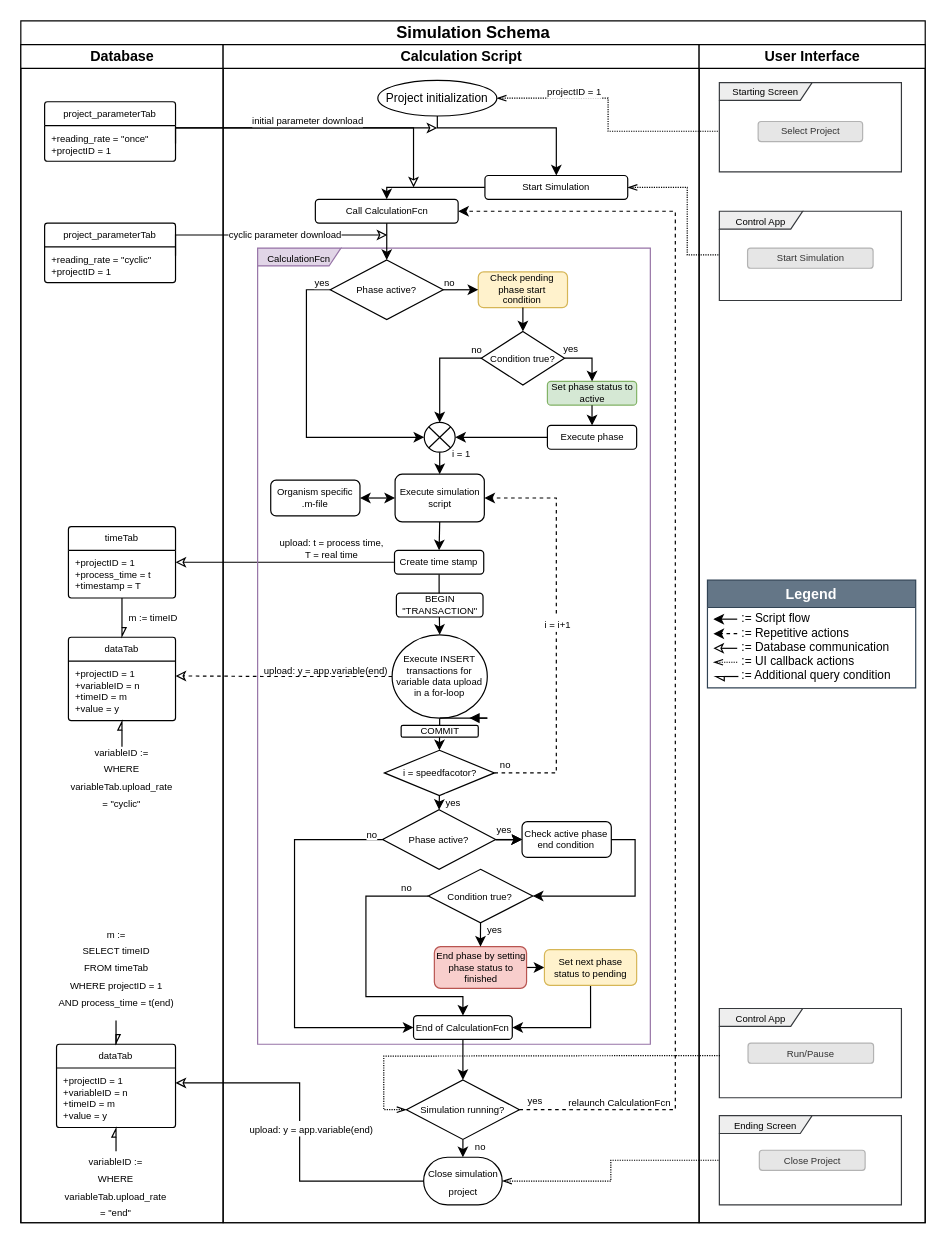
Yumatlab/bioprocesssimulation keeps this draw.io diagram as ProcessCycle.drawio. Above is the earlier version. Source tidied: cells renumbered, new cells numbered last; positions are measured from the earlier drawing's top-left corner, leaving out a move shared by most shapes. Both pictures are drawn from the tidied source at 119%, with x=0, y=0 at pixel (20, 20).
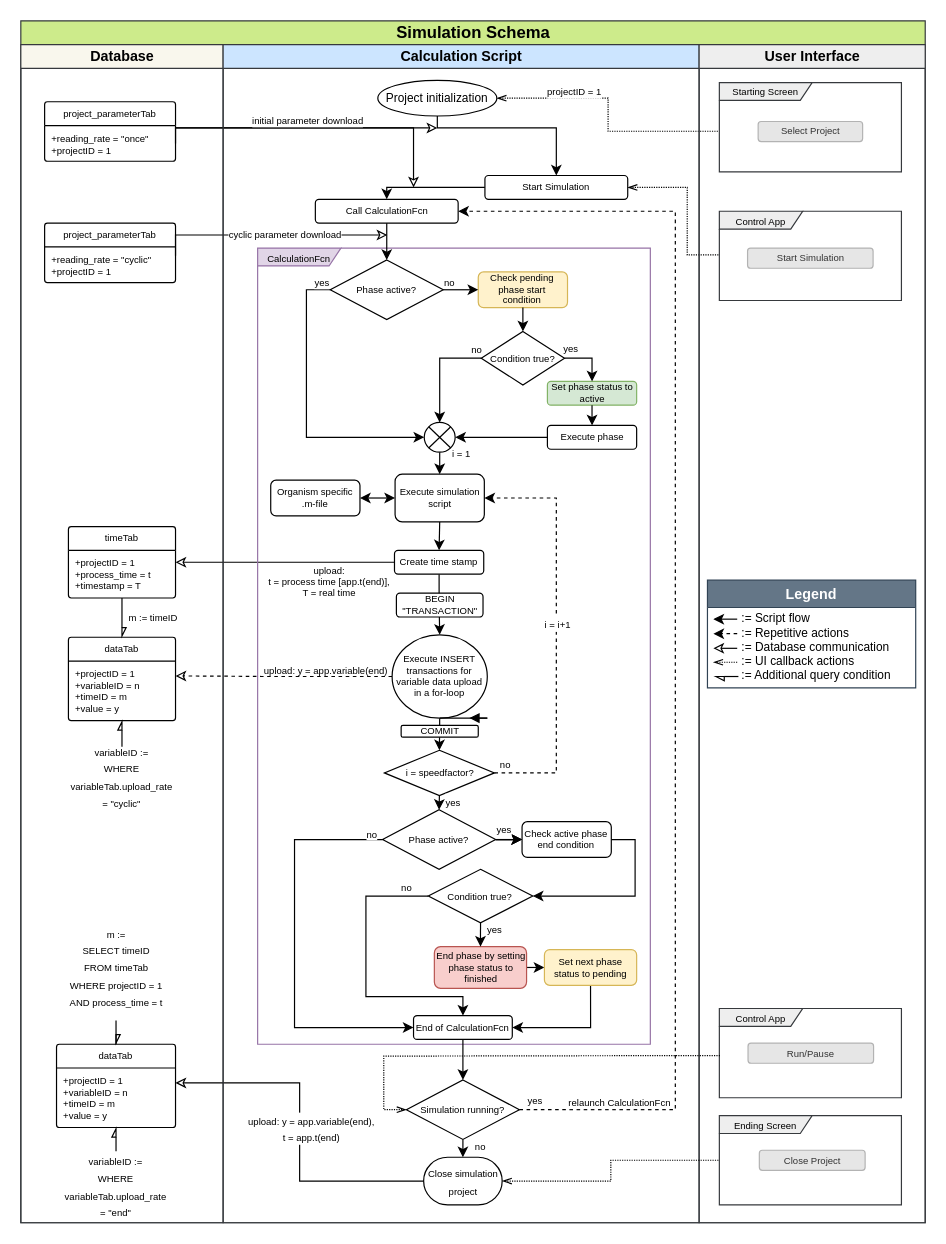
Above is the later version.

Unchanged cells that the change refers to:
```xml
<mxCell id="23" style="edgeStyle=orthogonalEdgeStyle;rounded=0;jettySize=auto;html=1;exitX=0;exitY=0.5;exitDx=0;exitDy=0;entryX=1;entryY=0.25;entryDx=0;entryDy=0;endArrow=classic;endFill=0;" parent="2" edge="1" source="65" target="9">
  <mxGeometry relative="1" as="geometry" />
</mxCell>
<mxCell id="34" style="edgeStyle=orthogonalEdgeStyle;rounded=0;jettySize=auto;html=1;entryX=1;entryY=0.25;entryDx=0;entryDy=0;endArrow=classic;endFill=0;exitX=0;exitY=0.5;exitDx=0;exitDy=0;exitPerimeter=0;" parent="2" edge="1" source="105" target="16">
  <mxGeometry relative="1" as="geometry" />
</mxCell>
<mxCell id="44" value="&lt;font style=&quot;font-size: 8px;&quot;&gt;CalculationFcn&lt;/font&gt;" style="shape=umlFrame;whiteSpace=wrap;html=1;width=70;height=15;fillColor=#e1d5e7;strokeColor=#9673a6;verticalAlign=middle;" parent="36" vertex="1">
  <mxGeometry x="29" y="171" width="330" height="669" as="geometry" />
</mxCell>
```

The edit, as a diff of the source:
```diff
@@
-    <mxCell id="2" value="&lt;font style=&quot;font-size: 14px;&quot;&gt;Simulation Schema&lt;/font&gt;" style="swimlane;startSize=20;html=1;horizontal=1;" parent="1" vertex="1">
+    <mxCell id="2" value="&lt;font style=&quot;font-size: 14px;&quot;&gt;Simulation Schema&lt;/font&gt;" style="swimlane;startSize=20;html=1;horizontal=1;fillColor=#cdeb8b;strokeColor=#36393d;" parent="1" vertex="1">
       <mxGeometry width="760" height="1010" as="geometry" />
     </mxCell>
-    <mxCell id="3" value="Database" style="swimlane;startSize=20;html=1;verticalAlign=middle;" parent="2" vertex="1">
+    <mxCell id="3" value="Database" style="swimlane;startSize=20;html=1;verticalAlign=middle;fillColor=#f9f7ed;strokeColor=#36393d;" parent="2" vertex="1">
       <mxGeometry y="20" width="170" height="990" as="geometry" />
     </mxCell>
@@
-    <mxCell id="22" value="&lt;font style=&quot;font-size: 8px;&quot;&gt;m :=&lt;br&gt;SELECT timeID &lt;br&gt;FROM timeTab &lt;br&gt;WHERE projectID = 1 &lt;br&gt;AND process_time = t(end)&lt;/font&gt;" style="text;html=1;align=center;verticalAlign=middle;points=[];strokeColor=none;fillColor=none;" parent="3" vertex="1">
-      <mxGeometry x="20" y="730" width="120" height="90" as="geometry" />
+    <mxCell id="22" value="&lt;font style=&quot;font-size: 8px;&quot;&gt;m :=&lt;br&gt;SELECT timeID &lt;br&gt;FROM timeTab &lt;br&gt;WHERE projectID = 1 &lt;br&gt;AND process_time = t&lt;/font&gt;" style="text;html=1;align=center;verticalAlign=middle;points=[];strokeColor=none;fillColor=none;" parent="3" vertex="1">
+      <mxGeometry x="30" y="730" width="100" height="90" as="geometry" />
     </mxCell>
@@
-    <mxCell id="24" value="upload: t = process time,&lt;br style=&quot;font-size: 8px;&quot;&gt;T = real time" style="edgeLabel;html=1;align=center;verticalAlign=middle;fontSize=8;" parent="23" vertex="1">
+    <mxCell id="24" value="upload: &lt;br&gt;t = process time [app.t(end)],&lt;br style=&quot;font-size: 8px;&quot;&gt;T = real time" style="edgeLabel;html=1;align=center;verticalAlign=middle;fontSize=8;" parent="23" vertex="1">
       <mxGeometry x="-0.24" y="1" relative="1" as="geometry">
-        <mxPoint x="16" y="-13" as="offset" />
+        <mxPoint x="14" y="15" as="offset" />
       </mxGeometry>
     </mxCell>
@@
-    <mxCell id="35" value="&lt;font style=&quot;font-size: 8px;&quot;&gt;upload: y = app.variable(end)&lt;/font&gt;" style="edgeLabel;html=1;align=center;verticalAlign=middle;" parent="34" vertex="1">
+    <mxCell id="35" value="&lt;font style=&quot;font-size: 8px;&quot;&gt;upload: y = app.variable(end),&lt;br&gt;t = app.t(end)&lt;/font&gt;" style="edgeLabel;html=1;align=center;verticalAlign=middle;" parent="34" vertex="1">
       <mxGeometry x="0.49" y="2" relative="1" as="geometry">
         <mxPoint x="39" y="36" as="offset" />
       </mxGeometry>
     </mxCell>
-    <mxCell id="36" value="Calculation Script" style="swimlane;startSize=20;html=1;" parent="2" vertex="1">
+    <mxCell id="36" value="Calculation Script" style="swimlane;startSize=20;html=1;fillColor=#cce5ff;strokeColor=#36393d;" parent="2" vertex="1">
       <mxGeometry x="170" y="20" width="400" height="990" as="geometry" />
     </mxCell>
@@
-    <mxCell id="95" value="&lt;font style=&quot;font-size: 8px;&quot;&gt;i = speedfacotor?&lt;/font&gt;" style="strokeWidth=1;html=1;shape=mxgraph.flowchart.decision;whiteSpace=wrap;fontSize=8;" parent="44" vertex="1">
+    <mxCell id="95" value="&lt;font style=&quot;font-size: 8px;&quot;&gt;i = speedfactor?&lt;/font&gt;" style="strokeWidth=1;html=1;shape=mxgraph.flowchart.decision;whiteSpace=wrap;fontSize=8;" parent="44" vertex="1">
       <mxGeometry x="106.5" y="422" width="92.5" height="38" as="geometry" />
     </mxCell>
@@
-    <mxCell id="106" value="User Interface" style="swimlane;startSize=20;html=1;" parent="2" vertex="1">
+    <mxCell id="106" value="User Interface" style="swimlane;startSize=20;html=1;fillColor=#eeeeee;strokeColor=#36393d;" parent="2" vertex="1">
       <mxGeometry x="570" y="20" width="190" height="990" as="geometry" />
     </mxCell>
```
